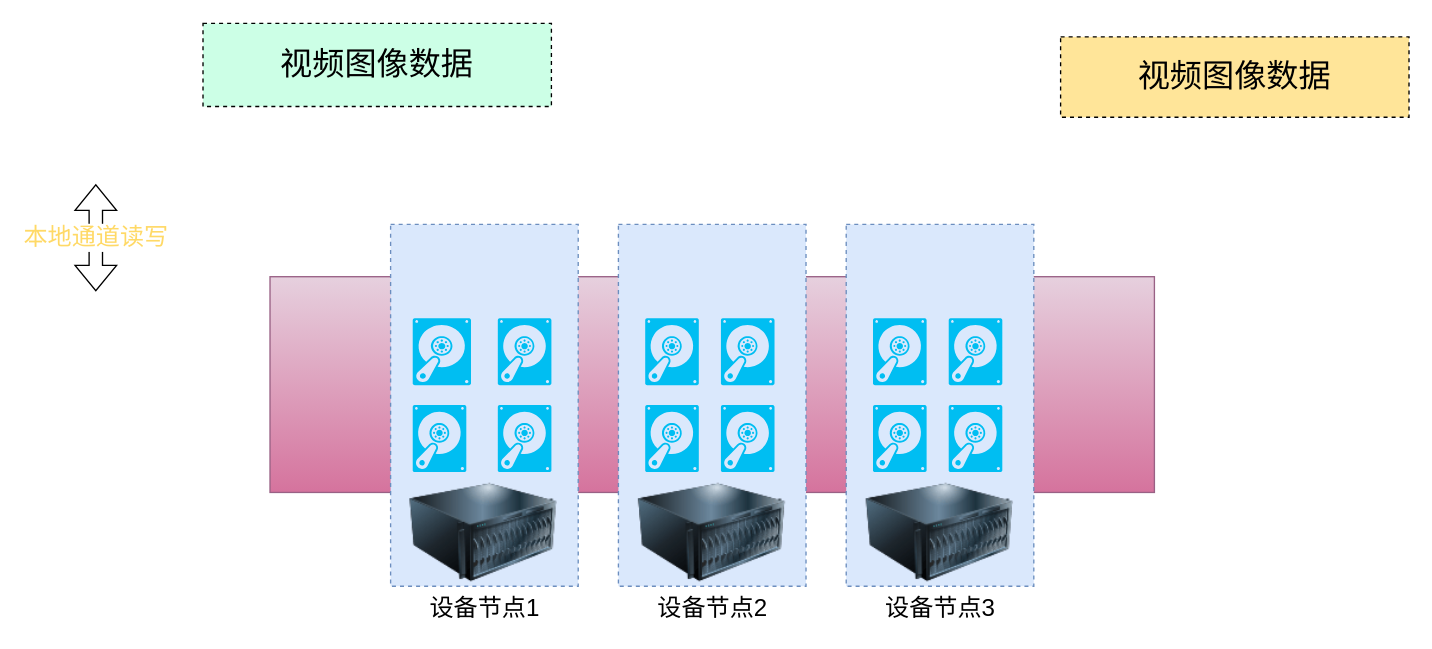
Before: Storage_strategy_3.drawio in snowolfhawk/ceph-scripts, a draw.io diagram. Source tidied: cells renumbered, new cells numbered last; positions are measured from the earlier drawing's top-left corner, leaving out a move shared by most shapes. Both pictures are drawn from the tidied source at 134%, with x=0, y=0 at pixel (95, 23).
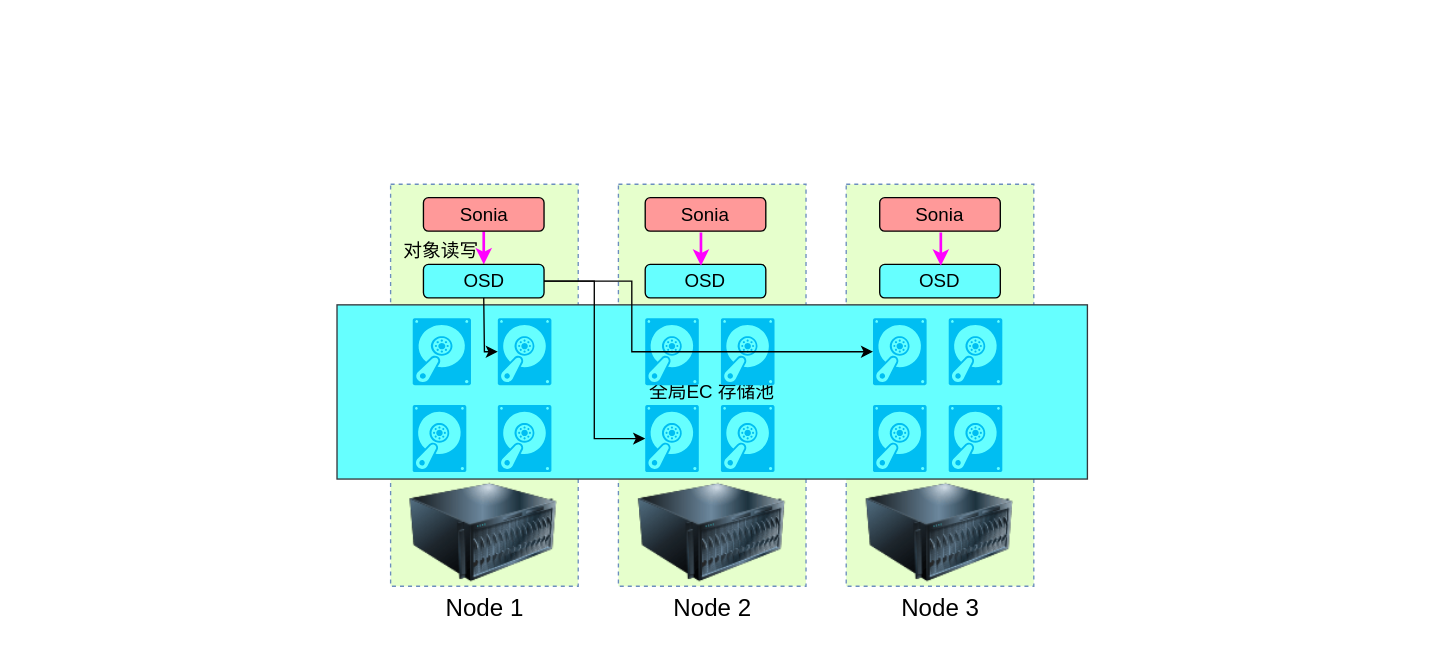
After the change.

Unchanged cells that the change refers to:
```xml
<mxCell id="11" style="verticalLabelPosition=bottom;html=1;verticalAlign=top;align=center;strokeColor=none;fillColor=#00BEF2;shape=mxgraph.azure.vhd;" parent="1" vertex="1">
  <mxGeometry x="410" y="284.8" width="40" height="50" as="geometry" />
</mxCell>
<mxCell id="19" style="verticalLabelPosition=bottom;html=1;verticalAlign=top;align=center;strokeColor=none;fillColor=#00BEF2;shape=mxgraph.azure.vhd;" parent="1" vertex="1">
  <mxGeometry x="580" y="220" width="40" height="50" as="geometry" />
</mxCell>
```

The edit, as a diff of the source:
```diff
@@
-    <mxCell id="2" style="rounded=0;whiteSpace=wrap;html=1;fillColor=#e6d0de;strokeColor=#996185;gradientColor=#d5739d;" parent="1" vertex="1">
-      <mxGeometry x="130" y="189" width="660" height="161" as="geometry" />
-    </mxCell>
+    <mxCell id="18" style="rounded=0;whiteSpace=wrap;html=1;dashed=1;fillColor=#E6FFCC;strokeColor=#6c8ebf;" parent="1" vertex="1">
+      <mxGeometry x="560" y="120" width="140" height="300" as="geometry" />
+    </mxCell>
-    <mxCell id="3" style="rounded=0;whiteSpace=wrap;html=1;dashed=1;fillColor=#dae8fc;strokeColor=#6c8ebf;" parent="1" vertex="1">
-      <mxGeometry x="390" y="150" width="140" height="270" as="geometry" />
+    <mxCell id="3" style="rounded=0;whiteSpace=wrap;html=1;dashed=1;fillColor=#E6FFCC;strokeColor=#6c8ebf;" parent="1" vertex="1">
+      <mxGeometry x="390" y="120" width="140" height="300" as="geometry" />
     </mxCell>
-    <mxCell id="4" style="rounded=0;whiteSpace=wrap;html=1;dashed=1;fillColor=#dae8fc;strokeColor=#6c8ebf;" parent="1" vertex="1">
-      <mxGeometry x="220" y="150" width="140" height="270" as="geometry" />
+    <mxCell id="4" style="rounded=0;whiteSpace=wrap;html=1;dashed=1;fillColor=#E6FFCC;strokeColor=#6c8ebf;" parent="1" vertex="1">
+      <mxGeometry x="220" y="120" width="140" height="300" as="geometry" />
     </mxCell>
+    <mxCell id="2" value="&lt;font style=&quot;font-size: 14px&quot;&gt;全局EC&amp;nbsp;存储池&lt;/font&gt;" style="rounded=0;whiteSpace=wrap;html=1;fillColor=#66FFFF;strokeColor=#36393d;" parent="1" vertex="1">
+      <mxGeometry x="180" y="210" width="560" height="130" as="geometry" />
+    </mxCell>
@@
-    <mxCell id="13" value="&lt;font style=&quot;font-size: 18px&quot;&gt;设备节点1&lt;/font&gt;" style="image;html=1;image=img/lib/clip_art/computers/Server_128x128.png;" parent="1" vertex="1">
+    <mxCell id="13" value="&lt;font style=&quot;font-size: 18px&quot;&gt;Node 1&lt;/font&gt;" style="image;html=1;image=img/lib/clip_art/computers/Server_128x128.png;" parent="1" vertex="1">
       <mxGeometry x="234.5" y="340" width="110" height="80" as="geometry" />
     </mxCell>
-    <mxCell id="14" value="&lt;font style=&quot;font-size: 18px&quot;&gt;设备节点2&lt;/font&gt;" style="image;html=1;image=img/lib/clip_art/computers/Server_128x128.png;" parent="1" vertex="1">
+    <mxCell id="14" value="&lt;font style=&quot;font-size: 18px&quot;&gt;Node 2&lt;/font&gt;" style="image;html=1;image=img/lib/clip_art/computers/Server_128x128.png;" parent="1" vertex="1">
       <mxGeometry x="405" y="340" width="110" height="80" as="geometry" />
     </mxCell>
-    <mxCell id="15" value="&lt;span style=&quot;color: rgb(0 , 0 , 0)&quot;&gt;视频图像数据&lt;/span&gt;" style="rounded=0;whiteSpace=wrap;html=1;dashed=1;fontFamily=Times New Roman;fontSize=24;fontColor=#FFFFFF;fillColor=#CCFFE6;" parent="1" vertex="1">
-      <mxGeometry x="80" width="260" height="62" as="geometry" />
-    </mxCell>
-    <mxCell id="16" value="&lt;span style=&quot;color: rgb(0 , 0 , 0)&quot;&gt;视频图像数据&lt;/span&gt;" style="rounded=0;whiteSpace=wrap;html=1;dashed=1;fontFamily=Times New Roman;fontSize=24;fontColor=#FFFFFF;fillColor=#FFE599;" parent="1" vertex="1">
-      <mxGeometry x="720" y="10" width="260" height="60" as="geometry" />
-    </mxCell>
-    <mxCell id="17" value="&lt;font color=&quot;#ffd966&quot; style=&quot;font-size: 18px&quot;&gt;本地通道读写&lt;/font&gt;" style="shape=flexArrow;endArrow=classic;startArrow=classic;html=1;rounded=0;fontFamily=Times New Roman;fontSize=14;" parent="1" edge="1">
-      <mxGeometry relative="1" as="geometry">
-        <mxPoint y="120" as="sourcePoint" />
-        <mxPoint y="200" as="targetPoint" />
-      </mxGeometry>
-    </mxCell>
-    <mxCell id="18" style="rounded=0;whiteSpace=wrap;html=1;dashed=1;fillColor=#dae8fc;strokeColor=#6c8ebf;" parent="1" vertex="1">
-      <mxGeometry x="560" y="150" width="140" height="270" as="geometry" />
-    </mxCell>
@@
-    <mxCell id="23" value="&lt;font style=&quot;font-size: 18px&quot;&gt;设备节点3&lt;/font&gt;" style="image;html=1;image=img/lib/clip_art/computers/Server_128x128.png;" parent="1" vertex="1">
+    <mxCell id="23" value="&lt;font style=&quot;font-size: 18px&quot;&gt;Node 3&lt;/font&gt;" style="image;html=1;image=img/lib/clip_art/computers/Server_128x128.png;" parent="1" vertex="1">
       <mxGeometry x="575" y="340" width="110" height="80" as="geometry" />
     </mxCell>
+    <mxCell id="24" style="edgeStyle=orthogonalEdgeStyle;rounded=0;jettySize=auto;html=1;exitX=0.5;exitY=1;exitDx=0;exitDy=0;fontSize=14;strokeColor=#FF00FF;strokeWidth=2;" parent="1" edge="1" source="25" target="26">
+      <mxGeometry relative="1" as="geometry" />
+    </mxCell>
+    <mxCell id="25" value="&lt;font style=&quot;font-size: 14px&quot;&gt;Sonia&lt;/font&gt;" style="rounded=1;whiteSpace=wrap;html=1;fillColor=#FF9999;" parent="1" vertex="1">
+      <mxGeometry x="244.5" y="130" width="90" height="25" as="geometry" />
+    </mxCell>
+    <mxCell id="26" value="OSD" style="rounded=1;whiteSpace=wrap;html=1;fillColor=#66FFFF;fontSize=14;" parent="1" vertex="1">
+      <mxGeometry x="244.5" y="179.8" width="90" height="25" as="geometry" />
+    </mxCell>
+    <mxCell id="27" value="对象读写" style="text;html=1;strokeColor=none;fillColor=none;align=center;verticalAlign=middle;whiteSpace=wrap;rounded=0;fontSize=14;" parent="1" vertex="1">
+      <mxGeometry x="228.2" y="155" width="60" height="30" as="geometry" />
+    </mxCell>
+    <mxCell id="28" style="edgeStyle=elbowEdgeStyle;elbow=horizontal;endArrow=classic;html=1;rounded=0;fontSize=14;exitX=0.5;exitY=1;exitDx=0;exitDy=0;" parent="1" edge="1" source="26">
+      <mxGeometry relative="1" as="geometry">
+        <mxPoint x="300" y="245" as="targetPoint" />
+        <Array as="points">
+          <mxPoint x="290" y="230" />
+        </Array>
+      </mxGeometry>
+    </mxCell>
+    <mxCell id="29" style="edgeStyle=elbowEdgeStyle;elbow=horizontal;endArrow=classic;html=1;rounded=0;fontSize=14;exitX=1;exitY=0.5;exitDx=0;exitDy=0;entryX=0;entryY=0.5;entryDx=0;entryDy=0;entryPerimeter=0;" parent="1" edge="1" source="26" target="11">
+      <mxGeometry relative="1" as="geometry" />
+    </mxCell>
+    <mxCell id="30" style="edgeStyle=elbowEdgeStyle;elbow=horizontal;endArrow=classic;html=1;rounded=0;fontSize=14;entryX=0;entryY=0.5;entryDx=0;entryDy=0;entryPerimeter=0;exitX=1;exitY=0.5;exitDx=0;exitDy=0;" parent="1" edge="1" source="26" target="19">
+      <mxGeometry relative="1" as="geometry">
+        <Array as="points">
+          <mxPoint x="400" y="220" />
+        </Array>
+      </mxGeometry>
+    </mxCell>
+    <mxCell id="31" value="&lt;font style=&quot;font-size: 14px&quot;&gt;Sonia&lt;/font&gt;" style="rounded=1;whiteSpace=wrap;html=1;fillColor=#FF9999;" parent="1" vertex="1">
+      <mxGeometry x="410" y="130" width="90" height="25" as="geometry" />
+    </mxCell>
+    <mxCell id="32" value="OSD" style="rounded=1;whiteSpace=wrap;html=1;fillColor=#66FFFF;fontSize=14;" parent="1" vertex="1">
+      <mxGeometry x="410" y="179.8" width="90" height="25" as="geometry" />
+    </mxCell>
+    <mxCell id="33" value="&lt;font style=&quot;font-size: 14px&quot;&gt;Sonia&lt;/font&gt;" style="rounded=1;whiteSpace=wrap;html=1;fillColor=#FF9999;" parent="1" vertex="1">
+      <mxGeometry x="585" y="130" width="90" height="25" as="geometry" />
+    </mxCell>
+    <mxCell id="34" value="OSD" style="rounded=1;whiteSpace=wrap;html=1;fillColor=#66FFFF;fontSize=14;" parent="1" vertex="1">
+      <mxGeometry x="585" y="179.8" width="90" height="25" as="geometry" />
+    </mxCell>
+    <mxCell id="35" style="edgeStyle=orthogonalEdgeStyle;rounded=0;orthogonalLoop=1;jettySize=auto;html=1;exitX=0.5;exitY=1;exitDx=0;exitDy=0;fontSize=14;strokeColor=#FF00FF;strokeWidth=2;" parent="1" edge="1">
+      <mxGeometry relative="1" as="geometry">
+        <mxPoint x="451.6" y="156" as="sourcePoint" />
+        <mxPoint x="451.6" y="180.8" as="targetPoint" />
+      </mxGeometry>
+    </mxCell>
+    <mxCell id="36" style="edgeStyle=orthogonalEdgeStyle;rounded=0;orthogonalLoop=1;jettySize=auto;html=1;exitX=0.5;exitY=1;exitDx=0;exitDy=0;fontSize=14;strokeColor=#FF00FF;strokeWidth=2;" parent="1" edge="1">
+      <mxGeometry relative="1" as="geometry">
+        <mxPoint x="630.6" y="156" as="sourcePoint" />
+        <mxPoint x="630.6" y="180.8" as="targetPoint" />
+      </mxGeometry>
+    </mxCell>
```
